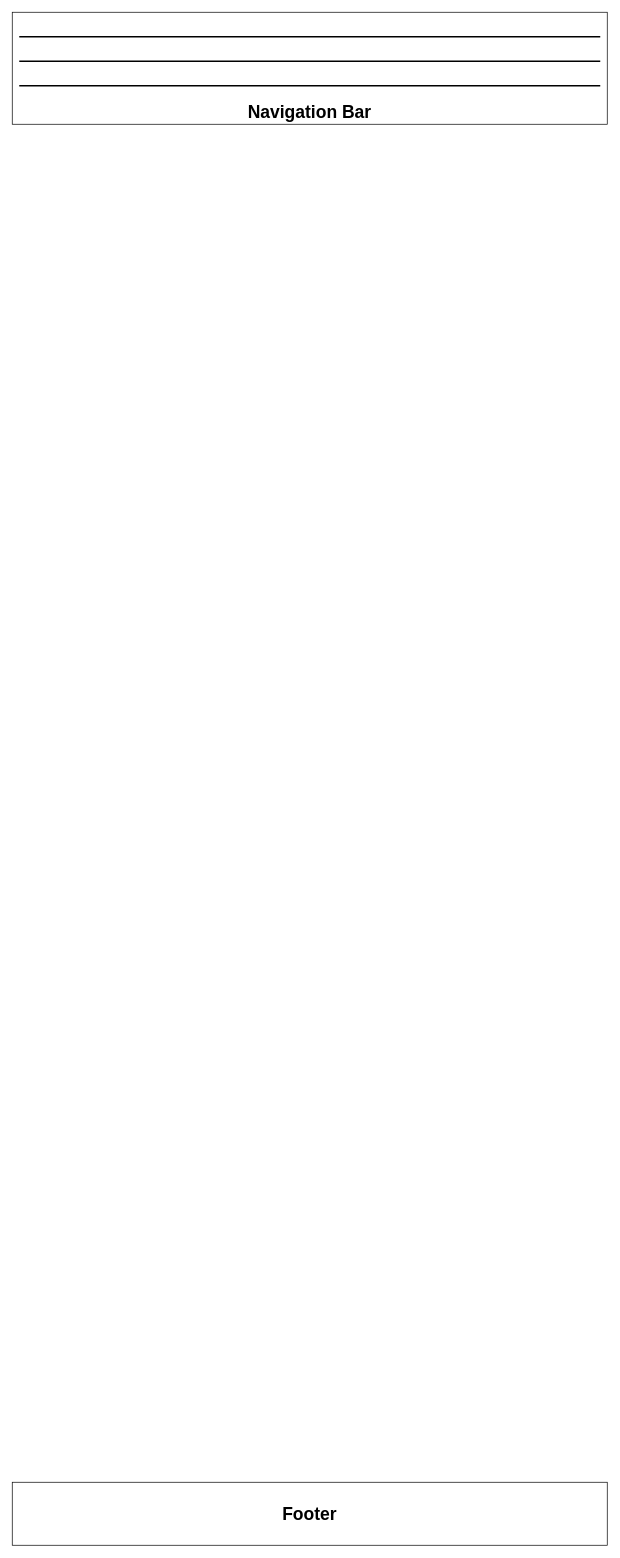
Before: Untitled Diagram.drawio in Meg7373/Project_2_Website_with_Search_Engine, a draw.io diagram. Source tidied: cells renumbered, new cells numbered last; positions are measured from the earlier drawing's top-left corner, leaving out a move shared by most shapes. Both pictures are drawn from the tidied source at 70%, with x=0, y=0 at pixel (12, 12).
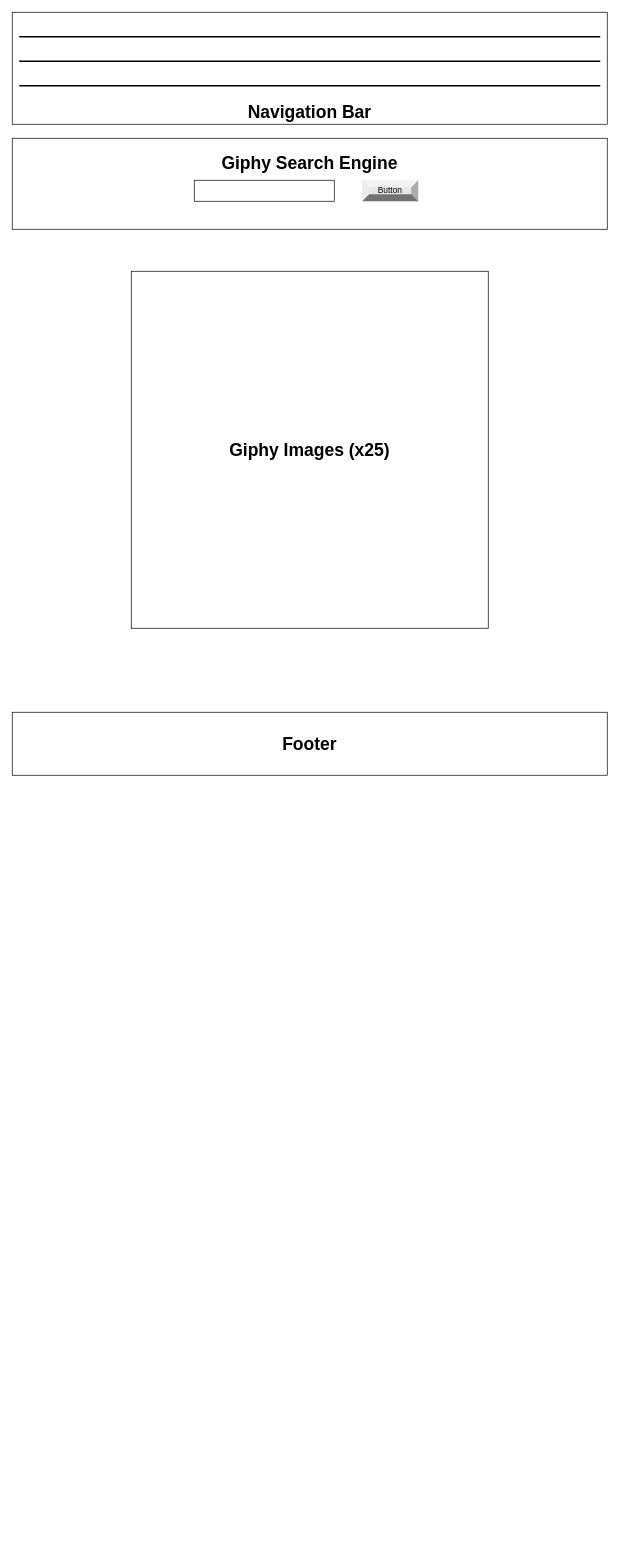
After the change.

Diff of the diagram source:
```diff
@@
 <mxGraphModel>
   <root>
     <mxCell id="0" />
     <mxCell id="1" parent="0" />
     <mxCell id="2" value="Navigation Bar" style="rounded=0;whiteSpace=wrap;html=1;fontSize=25;fontStyle=1;verticalAlign=bottom;" parent="1" vertex="1">
       <mxGeometry width="850" height="160" as="geometry" />
     </mxCell>
     <mxCell id="3" style="line;strokeWidth=2;html=1;" parent="1" vertex="1">
       <mxGeometry x="10" y="30" width="830" height="10" as="geometry" />
     </mxCell>
     <mxCell id="4" style="line;strokeWidth=2;html=1;" parent="1" vertex="1">
       <mxGeometry x="10" y="100" width="830" height="10" as="geometry" />
     </mxCell>
     <mxCell id="5" value="&lt;font style=&quot;font-size: 25px;&quot;&gt;&lt;b&gt;Footer&lt;/b&gt;&lt;/font&gt;" style="rounded=0;whiteSpace=wrap;html=1;" parent="1" vertex="1">
-      <mxGeometry y="2100" width="850" height="90" as="geometry" />
+      <mxGeometry y="1000" width="850" height="90" as="geometry" />
     </mxCell>
     <mxCell id="6" style="line;strokeWidth=2;html=1;" parent="1" vertex="1">
       <mxGeometry x="10" y="65" width="830" height="10" as="geometry" />
     </mxCell>
+    <mxCell id="7" value="Giphy Search Engine&lt;div&gt;&lt;br&gt;&lt;/div&gt;&lt;div&gt;&lt;br&gt;&lt;/div&gt;" style="rounded=0;whiteSpace=wrap;html=1;fontStyle=1;fontSize=25;" parent="1" vertex="1">
+      <mxGeometry y="180" width="850" height="130" as="geometry" />
+    </mxCell>
+    <mxCell id="8" style="rounded=0;whiteSpace=wrap;html=1;" parent="1" vertex="1">
+      <mxGeometry x="260" y="240" width="200" height="30" as="geometry" />
+    </mxCell>
+    <mxCell id="9" value="Giphy Images (x25)" style="whiteSpace=wrap;html=1;fontSize=25;fontStyle=1;" parent="1" vertex="1">
+      <mxGeometry x="170" y="370" width="510" height="510" as="geometry" />
+    </mxCell>
+    <mxCell id="10" value="Button" style="labelPosition=center;verticalLabelPosition=middle;align=center;html=1;shape=mxgraph.basic.shaded_button;dx=10;fillColor=#E6E6E6;strokeColor=none;whiteSpace=wrap;" parent="1" vertex="1">
+      <mxGeometry x="500" y="240" width="80" height="30" as="geometry" />
+    </mxCell>
   </root>
 </mxGraphModel>
```
